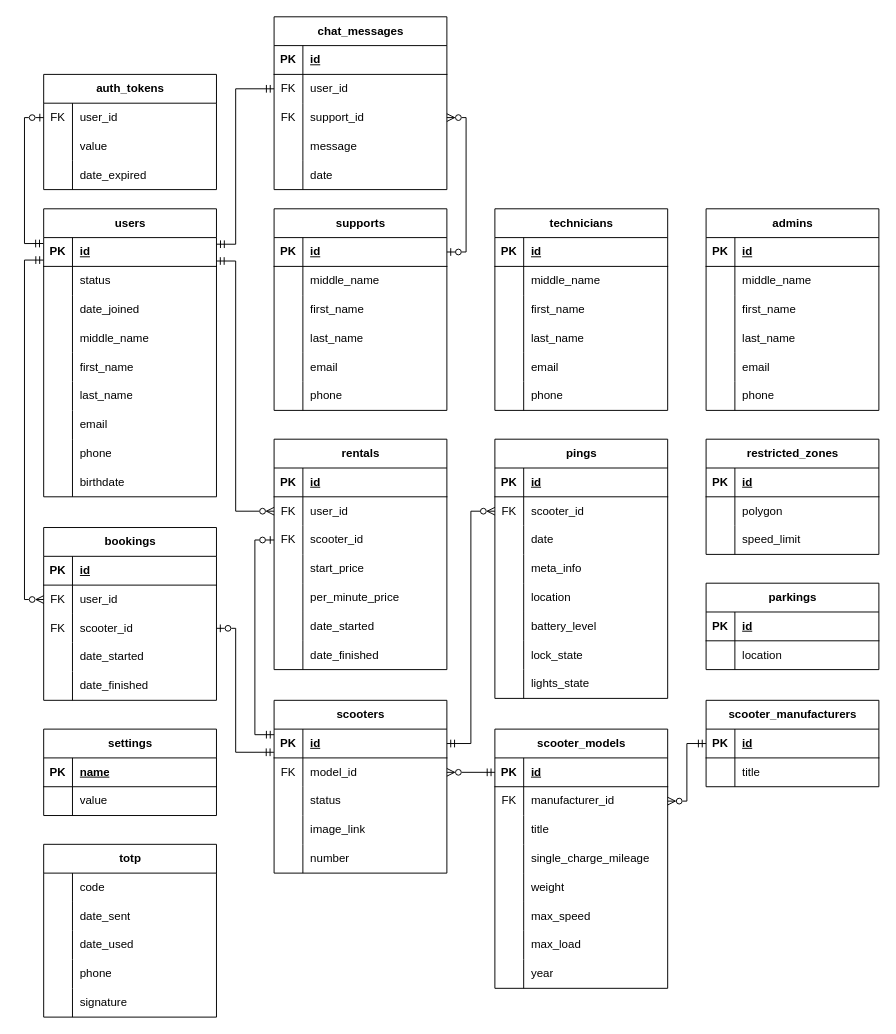
Above: docs/inc/img/db.drawio in matveycodes/bmstu-db-cw (draw.io), before the change. Source tidied: cells renumbered, new cells numbered last; positions are measured from the earlier drawing's top-left corner, leaving out a move shared by most shapes. Both pictures are drawn from the tidied source at 96%, with x=0, y=0 at pixel (43, 16).
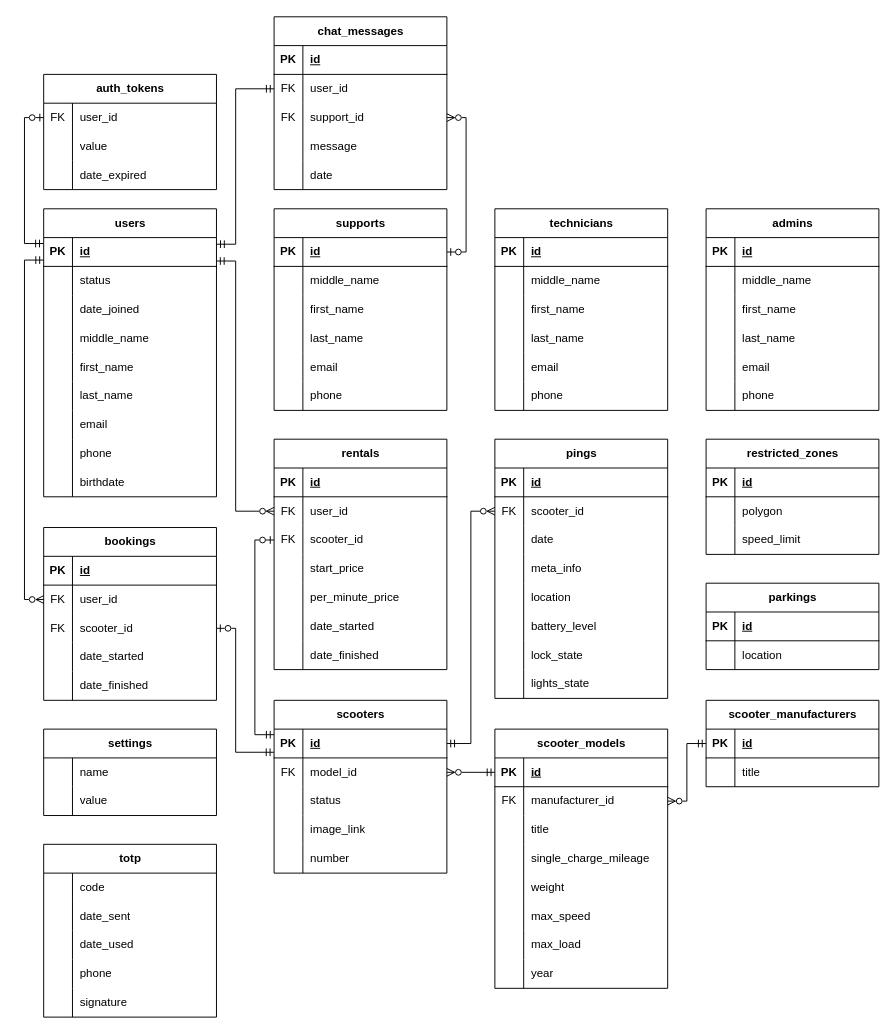
After the change.

The change refers to these unchanged cells:
```xml
<mxCell id="82" value="settings" style="shape=table;startSize=30;childLayout=tableLayout;rowLines=0;fontStyle=1;align=center;html=1;" parent="1" vertex="1">
  <mxGeometry y="742" width="180" height="90" as="geometry" />
</mxCell>
```

What changed in the source:
```diff
@@
-    <mxCell id="83" style="shape=tableRow;horizontal=0;startSize=0;swimlaneHead=0;swimlaneBody=0;fillColor=none;top=0;left=0;right=0;bottom=1;" parent="82" vertex="1">
-      <mxGeometry y="30" width="180" height="30" as="geometry" />
-    </mxCell>
-    <mxCell id="84" value="PK" style="shape=partialRectangle;fillColor=none;top=0;left=0;bottom=0;right=0;fontStyle=1;overflow=hidden;whiteSpace=wrap;html=1;" parent="83" vertex="1">
-      <mxGeometry width="30" height="30" as="geometry" />
-    </mxCell>
+    <mxCell id="274" style="shape=tableRow;horizontal=0;startSize=0;swimlaneHead=0;swimlaneBody=0;fillColor=none;top=0;left=0;right=0;bottom=0;" parent="82" vertex="1">
+      <mxGeometry y="30" width="180" height="30" as="geometry" />
+    </mxCell>
+    <mxCell id="275" style="shape=partialRectangle;fillColor=none;top=0;left=0;bottom=0;right=0;overflow=hidden;whiteSpace=wrap;html=1;" parent="274" vertex="1">
+      <mxGeometry width="30" height="30" as="geometry" />
+    </mxCell>
-    <mxCell id="85" value="name" style="shape=partialRectangle;fillColor=none;top=0;left=0;bottom=0;right=0;align=left;spacingLeft=6;fontStyle=5;overflow=hidden;whiteSpace=wrap;html=1;" parent="83" vertex="1">
+    <mxCell id="85" value="name" style="shape=partialRectangle;fillColor=none;top=0;left=0;bottom=0;right=0;align=left;spacingLeft=6;overflow=hidden;whiteSpace=wrap;html=1;" parent="274" vertex="1">
       <mxGeometry x="30" width="150" height="30" as="geometry" />
     </mxCell>
```
